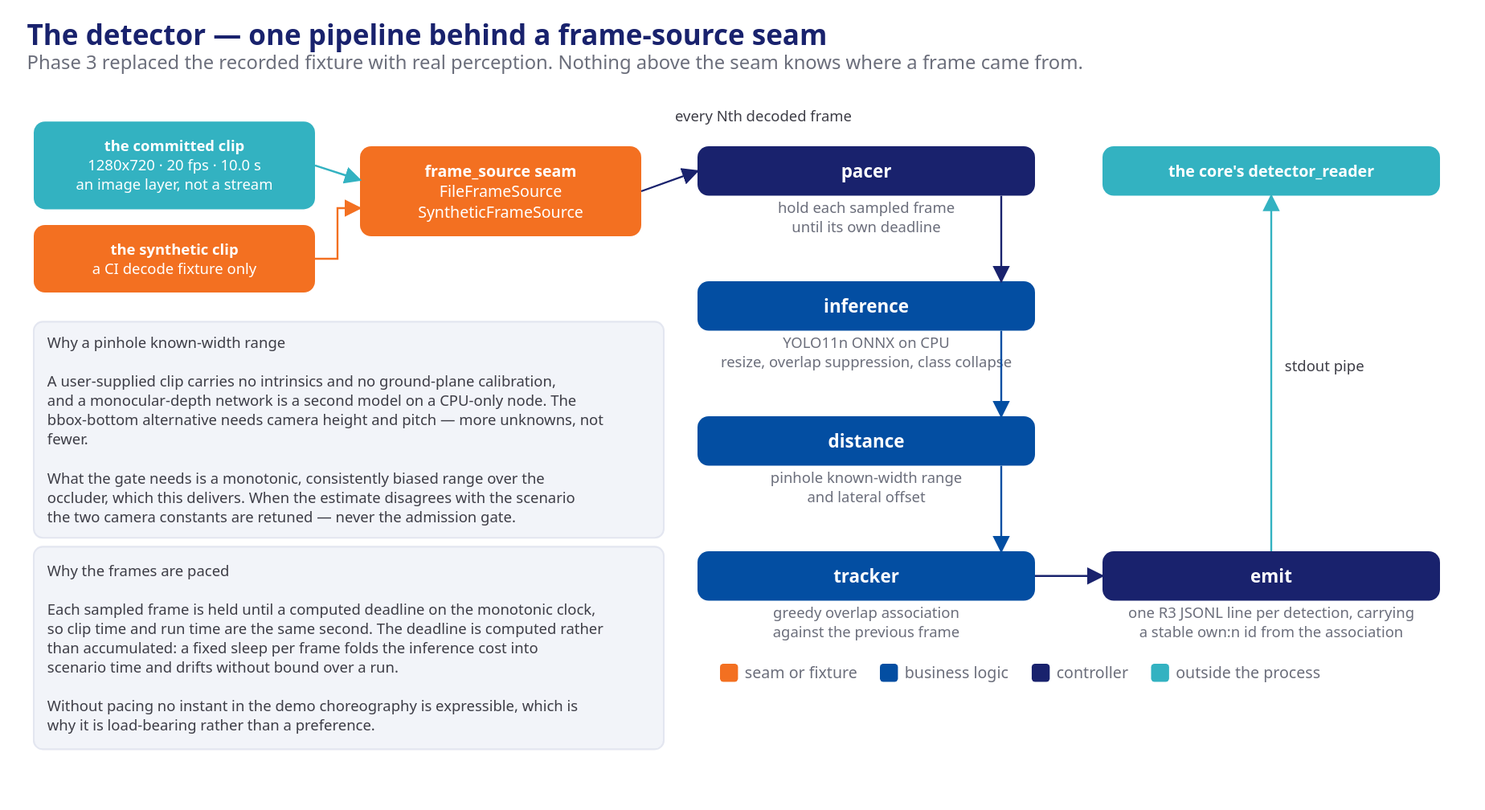
This is presentation/assets/phase2-4-ada-detector.svg from mnpham2101/FPT-Hackathon2026, a draw.io export, as it was before one commit. Source tidied: cells renumbered, new cells last; positions are measured from the earlier drawing's top-left corner, leaving out a move shared by most shapes.
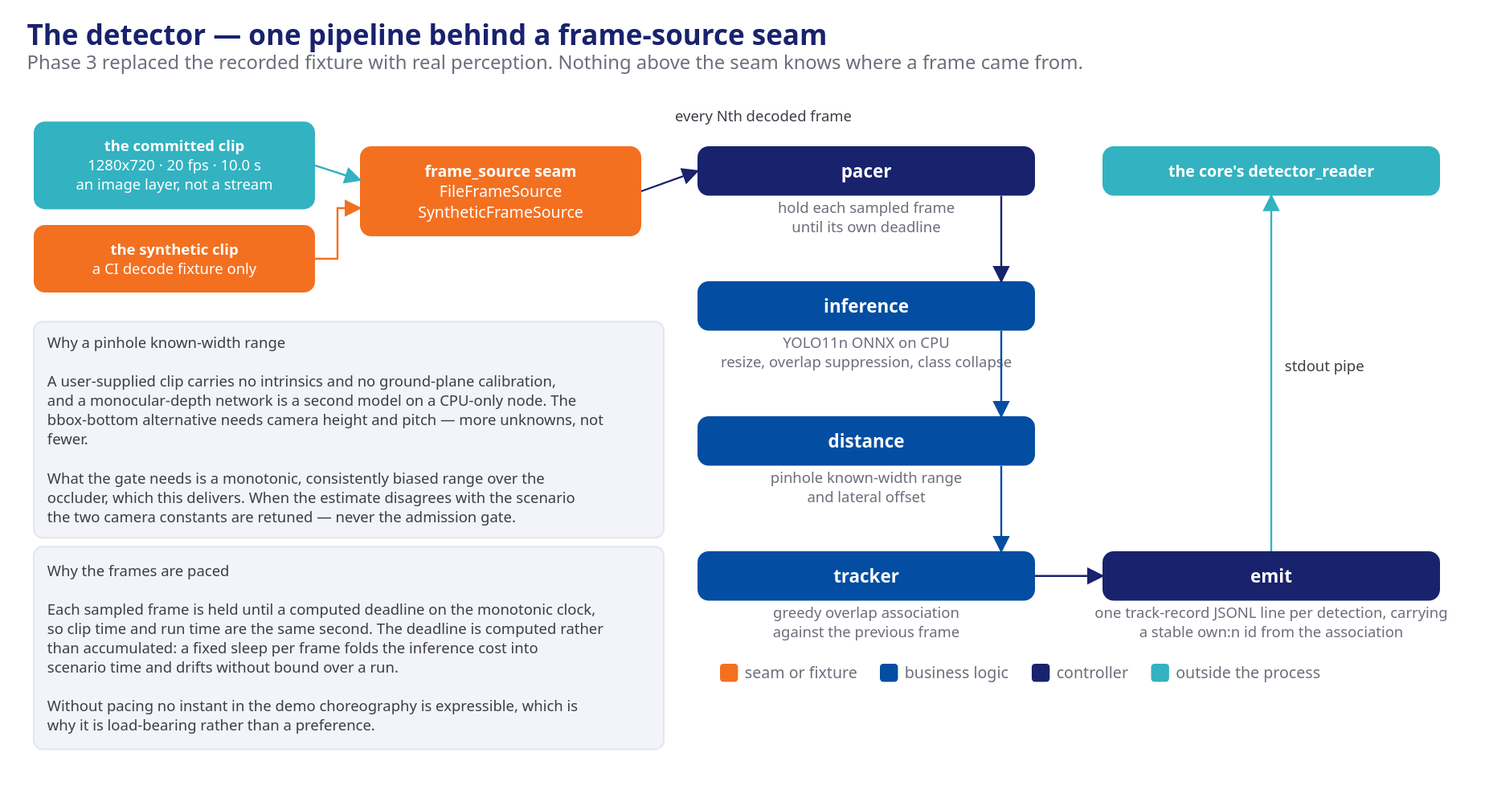
Above is the later version.

Change to the diagram source:
```diff
@@ -84,7 +84,7 @@
     <mxCell id="21" value="emit" style="rounded=1;arcSize=10;html=1;fillColor=#19226D;strokeColor=none;fontColor=#ffffff;fontSize=16.0;fontStyle=1;whiteSpace=wrap;verticalAlign=middle;align=center;" parent="1" vertex="1">
       <mxGeometry x="956" y="470" width="300" height="44" as="geometry" />
     </mxCell>
-    <mxCell id="22" value="one R3 JSONL line per detection, carrying&#10;a stable own:n id from the association" style="text;html=1;align=center;verticalAlign=middle;fontSize=13.2;fontColor=#6b6e7b;fontStyle=0;" parent="1" vertex="1">
+    <mxCell id="22" value="one track-record JSONL line per detection, carrying&#10;a stable own:n id from the association" style="text;html=1;align=center;verticalAlign=middle;fontSize=13.2;fontColor=#6b6e7b;fontStyle=0;" parent="1" vertex="1">
       <mxGeometry x="956" y="516" width="300" height="34" as="geometry" />
     </mxCell>
     <mxCell id="23" style="html=1;endArrow=block;endFill=1;strokeColor=#19226D;edgeStyle=orthogonalEdgeStyle;rounded=0;fontSize=14.0;fontColor=#3d3d46;labelBackgroundColor=none;" parent="1" edge="1">
```
